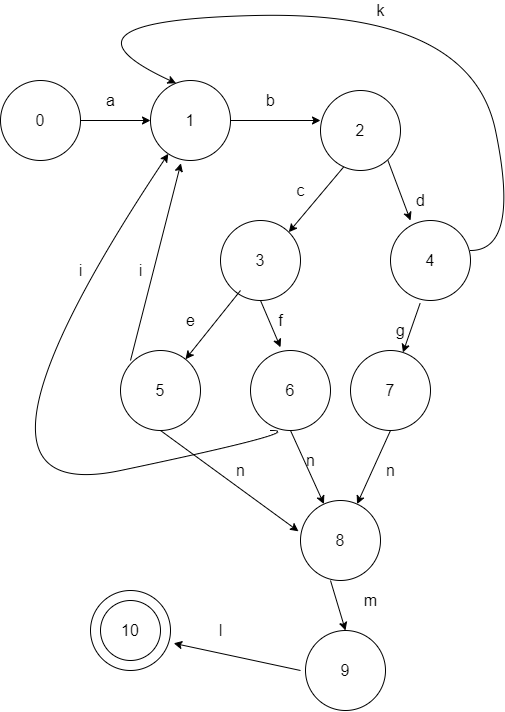
This is TFLab/help/images/StateMachine/graf.png from Pirozh-ok/Compiler, a draw.io export, as it was before one commit. Source tidied: cells renumbered, new cells last; positions are measured from the earlier drawing's top-left corner, leaving out a move shared by most shapes. Source of this version:
```xml
<mxGraphModel>
  <root>
    <mxCell id="0" />
    <mxCell id="1" parent="0" />
    <mxCell id="2" style="edgeStyle=orthogonalEdgeStyle;rounded=0;jettySize=auto;html=1;exitX=1;exitY=0.5;exitDx=0;exitDy=0;fontSize=16;" parent="1" edge="1" source="3">
      <mxGeometry relative="1" as="geometry">
        <mxPoint x="220" y="120" as="targetPoint" />
      </mxGeometry>
    </mxCell>
    <mxCell id="3" value="&lt;font style=&quot;font-size: 16px&quot;&gt;0&lt;/font&gt;" style="ellipse;whiteSpace=wrap;html=1;" parent="1" vertex="1">
      <mxGeometry x="70" y="80" width="80" height="80" as="geometry" />
    </mxCell>
    <mxCell id="4" style="edgeStyle=orthogonalEdgeStyle;rounded=0;jettySize=auto;html=1;exitX=1;exitY=0.5;exitDx=0;exitDy=0;entryX=0;entryY=0.5;entryDx=0;entryDy=0;fontSize=16;" parent="1" edge="1" source="5">
      <mxGeometry relative="1" as="geometry">
        <mxPoint x="390" y="120" as="targetPoint" />
      </mxGeometry>
    </mxCell>
    <mxCell id="5" value="1" style="ellipse;whiteSpace=wrap;html=1;fontSize=16;" parent="1" vertex="1">
      <mxGeometry x="220" y="80" width="80" height="80" as="geometry" />
    </mxCell>
    <mxCell id="6" value="a" style="text;html=1;align=center;verticalAlign=middle;strokeColor=none;fillColor=none;fontSize=16;" parent="1" vertex="1">
      <mxGeometry x="170" y="90" width="20" height="20" as="geometry" />
    </mxCell>
    <mxCell id="7" value="2" style="ellipse;whiteSpace=wrap;html=1;fontSize=16;" parent="1" vertex="1">
      <mxGeometry x="390" y="90" width="80" height="80" as="geometry" />
    </mxCell>
    <mxCell id="8" value="b" style="text;html=1;align=center;verticalAlign=middle;strokeColor=none;fillColor=none;fontSize=16;" parent="1" vertex="1">
      <mxGeometry x="330" y="90" width="20" height="20" as="geometry" />
    </mxCell>
    <mxCell id="9" value="3" style="ellipse;whiteSpace=wrap;html=1;fontSize=16;" parent="1" vertex="1">
      <mxGeometry x="290" y="220" width="80" height="80" as="geometry" />
    </mxCell>
    <mxCell id="10" value="4" style="ellipse;whiteSpace=wrap;html=1;fontSize=16;" parent="1" vertex="1">
      <mxGeometry x="460" y="220" width="80" height="80" as="geometry" />
    </mxCell>
    <mxCell id="11" style="endArrow=classic;html=1;rounded=0;fontSize=16;entryX=1;entryY=0;entryDx=0;entryDy=0;exitX=0.29;exitY=0.955;exitDx=0;exitDy=0;exitPerimeter=0;" parent="1" edge="1" source="7" target="9">
      <mxGeometry relative="1" as="geometry" />
    </mxCell>
    <mxCell id="12" style="endArrow=classic;html=1;rounded=0;fontSize=16;entryX=0.25;entryY=0;entryDx=0;entryDy=0;exitX=0.29;exitY=0.955;exitDx=0;exitDy=0;exitPerimeter=0;entryPerimeter=0;" parent="1" edge="1" target="10">
      <mxGeometry relative="1" as="geometry">
        <mxPoint x="457.5" y="160" as="sourcePoint" />
      </mxGeometry>
    </mxCell>
    <mxCell id="13" value="c" style="text;html=1;align=center;verticalAlign=middle;strokeColor=none;fillColor=none;fontSize=16;" parent="1" vertex="1">
      <mxGeometry x="360" y="180" width="20" height="20" as="geometry" />
    </mxCell>
    <mxCell id="14" value="d" style="text;html=1;align=center;verticalAlign=middle;strokeColor=none;fillColor=none;fontSize=16;" parent="1" vertex="1">
      <mxGeometry x="480" y="190" width="20" height="20" as="geometry" />
    </mxCell>
    <mxCell id="15" value="5" style="ellipse;whiteSpace=wrap;html=1;fontSize=16;" parent="1" vertex="1">
      <mxGeometry x="190" y="350" width="80" height="80" as="geometry" />
    </mxCell>
    <mxCell id="16" value="6" style="ellipse;whiteSpace=wrap;html=1;fontSize=16;" parent="1" vertex="1">
      <mxGeometry x="320" y="350" width="80" height="80" as="geometry" />
    </mxCell>
    <mxCell id="17" style="endArrow=classic;html=1;rounded=0;fontSize=16;" parent="1" edge="1" target="15">
      <mxGeometry relative="1" as="geometry">
        <mxPoint x="310" y="290" as="sourcePoint" />
      </mxGeometry>
    </mxCell>
    <mxCell id="18" style="endArrow=classic;html=1;rounded=0;fontSize=16;entryX=0.375;entryY=-0.04;entryDx=0;entryDy=0;entryPerimeter=0;" parent="1" edge="1" target="16">
      <mxGeometry relative="1" as="geometry">
        <mxPoint x="330" y="300" as="sourcePoint" />
      </mxGeometry>
    </mxCell>
    <mxCell id="19" value="7" style="ellipse;whiteSpace=wrap;html=1;fontSize=16;" parent="1" vertex="1">
      <mxGeometry x="420" y="350" width="80" height="80" as="geometry" />
    </mxCell>
    <mxCell id="20" style="endArrow=classic;html=1;rounded=0;fontSize=16;exitX=0.37;exitY=1.035;exitDx=0;exitDy=0;exitPerimeter=0;" parent="1" edge="1" source="10" target="19">
      <mxGeometry relative="1" as="geometry" />
    </mxCell>
    <mxCell id="21" value="e" style="text;html=1;align=center;verticalAlign=middle;strokeColor=none;fillColor=none;fontSize=16;" parent="1" vertex="1">
      <mxGeometry x="250" y="310" width="20" height="20" as="geometry" />
    </mxCell>
    <mxCell id="22" value="f" style="text;html=1;align=center;verticalAlign=middle;strokeColor=none;fillColor=none;fontSize=16;" parent="1" vertex="1">
      <mxGeometry x="340" y="310" width="20" height="20" as="geometry" />
    </mxCell>
    <mxCell id="23" value="g" style="text;html=1;align=center;verticalAlign=middle;strokeColor=none;fillColor=none;fontSize=16;" parent="1" vertex="1">
      <mxGeometry x="460" y="320" width="20" height="20" as="geometry" />
    </mxCell>
    <mxCell id="24" value="8" style="ellipse;whiteSpace=wrap;html=1;fontSize=16;" parent="1" vertex="1">
      <mxGeometry x="370" y="500" width="80" height="80" as="geometry" />
    </mxCell>
    <mxCell id="25" style="endArrow=classic;html=1;rounded=0;fontSize=16;entryX=-0.025;entryY=0.385;entryDx=0;entryDy=0;entryPerimeter=0;" parent="1" edge="1" target="24">
      <mxGeometry relative="1" as="geometry">
        <mxPoint x="230" y="430" as="sourcePoint" />
      </mxGeometry>
    </mxCell>
    <mxCell id="26" style="endArrow=classic;html=1;rounded=0;fontSize=16;" parent="1" edge="1" target="24">
      <mxGeometry relative="1" as="geometry">
        <mxPoint x="360" y="430" as="sourcePoint" />
      </mxGeometry>
    </mxCell>
    <mxCell id="27" style="endArrow=classic;html=1;rounded=0;fontSize=16;" parent="1" edge="1" target="24">
      <mxGeometry relative="1" as="geometry">
        <mxPoint x="460" y="430" as="sourcePoint" />
      </mxGeometry>
    </mxCell>
    <mxCell id="28" value="n" style="text;html=1;align=center;verticalAlign=middle;strokeColor=none;fillColor=none;fontSize=16;" parent="1" vertex="1">
      <mxGeometry x="300" y="460" width="20" height="20" as="geometry" />
    </mxCell>
    <mxCell id="29" value="n" style="text;html=1;align=center;verticalAlign=middle;strokeColor=none;fillColor=none;fontSize=16;" parent="1" vertex="1">
      <mxGeometry x="370" y="450" width="20" height="20" as="geometry" />
    </mxCell>
    <mxCell id="30" value="n" style="text;html=1;align=center;verticalAlign=middle;strokeColor=none;fillColor=none;fontSize=16;" parent="1" vertex="1">
      <mxGeometry x="450" y="460" width="20" height="20" as="geometry" />
    </mxCell>
    <mxCell id="31" value="9" style="ellipse;whiteSpace=wrap;html=1;fontSize=16;" parent="1" vertex="1">
      <mxGeometry x="375" y="630" width="80" height="80" as="geometry" />
    </mxCell>
    <mxCell id="32" style="endArrow=classic;html=1;rounded=0;fontSize=16;entryX=0.5;entryY=0;entryDx=0;entryDy=0;" parent="1" edge="1" target="31">
      <mxGeometry relative="1" as="geometry">
        <mxPoint x="400" y="580" as="sourcePoint" />
      </mxGeometry>
    </mxCell>
    <mxCell id="33" style="ellipse;whiteSpace=wrap;html=1;fontSize=16;" parent="1" vertex="1">
      <mxGeometry x="160" y="590" width="80" height="80" as="geometry" />
    </mxCell>
    <mxCell id="34" value="10" style="ellipse;whiteSpace=wrap;html=1;fontSize=16;" parent="1" vertex="1">
      <mxGeometry x="170" y="600" width="60" height="60" as="geometry" />
    </mxCell>
    <mxCell id="35" style="endArrow=classic;html=1;rounded=0;fontSize=16;entryX=1.04;entryY=0.66;entryDx=0;entryDy=0;entryPerimeter=0;" parent="1" edge="1" target="33">
      <mxGeometry relative="1" as="geometry">
        <mxPoint x="370" y="670" as="sourcePoint" />
      </mxGeometry>
    </mxCell>
    <mxCell id="36" value="m" style="text;html=1;align=center;verticalAlign=middle;strokeColor=none;fillColor=none;fontSize=16;" parent="1" vertex="1">
      <mxGeometry x="425" y="590" width="30" height="20" as="geometry" />
    </mxCell>
    <mxCell id="37" value="l" style="text;html=1;align=center;verticalAlign=middle;strokeColor=none;fillColor=none;fontSize=16;" parent="1" vertex="1">
      <mxGeometry x="280" y="620" width="20" height="20" as="geometry" />
    </mxCell>
    <mxCell id="38" style="curved=1;endArrow=classic;html=1;rounded=0;fontSize=16;entryX=0.32;entryY=0.035;entryDx=0;entryDy=0;entryPerimeter=0;" parent="1" edge="1" target="5">
      <mxGeometry relative="1" as="geometry">
        <mxPoint x="540" y="250" as="sourcePoint" />
        <Array as="points">
          <mxPoint x="590" y="250" />
          <mxPoint x="540" y="10" />
          <mxPoint x="110" y="20" />
        </Array>
      </mxGeometry>
    </mxCell>
    <mxCell id="39" value="k" style="text;html=1;align=center;verticalAlign=middle;strokeColor=none;fillColor=none;fontSize=16;" parent="1" vertex="1">
      <mxGeometry x="440" width="20" height="20" as="geometry" />
    </mxCell>
    <mxCell id="40" style="endArrow=classic;html=1;rounded=0;fontSize=16;entryX=0.38;entryY=1.035;entryDx=0;entryDy=0;entryPerimeter=0;" parent="1" edge="1" target="5">
      <mxGeometry relative="1" as="geometry">
        <mxPoint x="200" y="360" as="sourcePoint" />
      </mxGeometry>
    </mxCell>
    <mxCell id="41" style="curved=1;endArrow=classic;html=1;rounded=0;fontSize=16;" parent="1" edge="1" target="5">
      <mxGeometry relative="1" as="geometry">
        <mxPoint x="340" y="430" as="sourcePoint" />
        <Array as="points">
          <mxPoint x="380" y="430" />
          <mxPoint y="510" />
        </Array>
      </mxGeometry>
    </mxCell>
    <mxCell id="42" value="i" style="text;html=1;align=center;verticalAlign=middle;strokeColor=none;fillColor=none;fontSize=16;" parent="1" vertex="1">
      <mxGeometry x="140" y="260" width="20" height="20" as="geometry" />
    </mxCell>
    <mxCell id="43" value="i" style="text;html=1;align=center;verticalAlign=middle;strokeColor=none;fillColor=none;fontSize=16;" parent="1" vertex="1">
      <mxGeometry x="200" y="260" width="20" height="20" as="geometry" />
    </mxCell>
  </root>
</mxGraphModel>
```
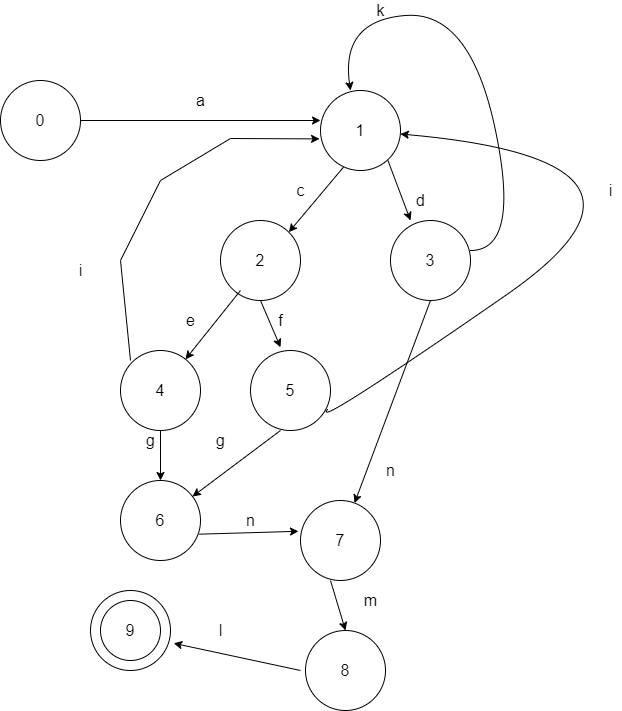
Later version of the same file.

Change to the diagram source:
```diff
@@ -2,35 +2,22 @@
   <root>
     <mxCell id="0" />
     <mxCell id="1" parent="0" />
-    <mxCell id="2" style="edgeStyle=orthogonalEdgeStyle;rounded=0;jettySize=auto;html=1;exitX=1;exitY=0.5;exitDx=0;exitDy=0;fontSize=16;" parent="1" edge="1" source="3">
-      <mxGeometry relative="1" as="geometry">
-        <mxPoint x="220" y="120" as="targetPoint" />
-      </mxGeometry>
+    <mxCell id="2" style="edgeStyle=orthogonalEdgeStyle;rounded=0;jettySize=auto;html=1;exitX=1;exitY=0.5;exitDx=0;exitDy=0;fontSize=16;entryX=0;entryY=0.375;entryDx=0;entryDy=0;entryPerimeter=0;" parent="1" edge="1" source="3" target="7">
+      <mxGeometry relative="1" as="geometry" />
     </mxCell>
     <mxCell id="3" value="&lt;font style=&quot;font-size: 16px&quot;&gt;0&lt;/font&gt;" style="ellipse;whiteSpace=wrap;html=1;" parent="1" vertex="1">
       <mxGeometry x="70" y="80" width="80" height="80" as="geometry" />
     </mxCell>
-    <mxCell id="4" style="edgeStyle=orthogonalEdgeStyle;rounded=0;jettySize=auto;html=1;exitX=1;exitY=0.5;exitDx=0;exitDy=0;entryX=0;entryY=0.5;entryDx=0;entryDy=0;fontSize=16;" parent="1" edge="1" source="5">
-      <mxGeometry relative="1" as="geometry">
-        <mxPoint x="390" y="120" as="targetPoint" />
-      </mxGeometry>
-    </mxCell>
-    <mxCell id="5" value="1" style="ellipse;whiteSpace=wrap;html=1;fontSize=16;" parent="1" vertex="1">
-      <mxGeometry x="220" y="80" width="80" height="80" as="geometry" />
-    </mxCell>
     <mxCell id="6" value="a" style="text;html=1;align=center;verticalAlign=middle;strokeColor=none;fillColor=none;fontSize=16;" parent="1" vertex="1">
-      <mxGeometry x="170" y="90" width="20" height="20" as="geometry" />
+      <mxGeometry x="260" y="90" width="20" height="20" as="geometry" />
     </mxCell>
-    <mxCell id="7" value="2" style="ellipse;whiteSpace=wrap;html=1;fontSize=16;" parent="1" vertex="1">
+    <mxCell id="7" value="1" style="ellipse;whiteSpace=wrap;html=1;fontSize=16;" parent="1" vertex="1">
       <mxGeometry x="390" y="90" width="80" height="80" as="geometry" />
     </mxCell>
-    <mxCell id="8" value="b" style="text;html=1;align=center;verticalAlign=middle;strokeColor=none;fillColor=none;fontSize=16;" parent="1" vertex="1">
-      <mxGeometry x="330" y="90" width="20" height="20" as="geometry" />
-    </mxCell>
-    <mxCell id="9" value="3" style="ellipse;whiteSpace=wrap;html=1;fontSize=16;" parent="1" vertex="1">
+    <mxCell id="9" value="2" style="ellipse;whiteSpace=wrap;html=1;fontSize=16;" parent="1" vertex="1">
       <mxGeometry x="290" y="220" width="80" height="80" as="geometry" />
     </mxCell>
-    <mxCell id="10" value="4" style="ellipse;whiteSpace=wrap;html=1;fontSize=16;" parent="1" vertex="1">
+    <mxCell id="10" value="3" style="ellipse;whiteSpace=wrap;html=1;fontSize=16;" parent="1" vertex="1">
       <mxGeometry x="460" y="220" width="80" height="80" as="geometry" />
     </mxCell>
     <mxCell id="11" style="endArrow=classic;html=1;rounded=0;fontSize=16;entryX=1;entryY=0;entryDx=0;entryDy=0;exitX=0.29;exitY=0.955;exitDx=0;exitDy=0;exitPerimeter=0;" parent="1" edge="1" source="7" target="9">
@@ -47,10 +34,10 @@
     <mxCell id="14" value="d" style="text;html=1;align=center;verticalAlign=middle;strokeColor=none;fillColor=none;fontSize=16;" parent="1" vertex="1">
       <mxGeometry x="480" y="190" width="20" height="20" as="geometry" />
     </mxCell>
-    <mxCell id="15" value="5" style="ellipse;whiteSpace=wrap;html=1;fontSize=16;" parent="1" vertex="1">
+    <mxCell id="15" value="4" style="ellipse;whiteSpace=wrap;html=1;fontSize=16;" parent="1" vertex="1">
       <mxGeometry x="190" y="350" width="80" height="80" as="geometry" />
     </mxCell>
-    <mxCell id="16" value="6" style="ellipse;whiteSpace=wrap;html=1;fontSize=16;" parent="1" vertex="1">
+    <mxCell id="16" value="5" style="ellipse;whiteSpace=wrap;html=1;fontSize=16;" parent="1" vertex="1">
       <mxGeometry x="320" y="350" width="80" height="80" as="geometry" />
     </mxCell>
     <mxCell id="17" style="endArrow=classic;html=1;rounded=0;fontSize=16;" parent="1" edge="1" target="15">
@@ -63,12 +50,9 @@
         <mxPoint x="330" y="300" as="sourcePoint" />
       </mxGeometry>
     </mxCell>
-    <mxCell id="19" value="7" style="ellipse;whiteSpace=wrap;html=1;fontSize=16;" parent="1" vertex="1">
-      <mxGeometry x="420" y="350" width="80" height="80" as="geometry" />
+    <mxCell id="19" value="6" style="ellipse;whiteSpace=wrap;html=1;fontSize=16;" parent="1" vertex="1">
+      <mxGeometry x="190" y="480" width="80" height="80" as="geometry" />
     </mxCell>
-    <mxCell id="20" style="endArrow=classic;html=1;rounded=0;fontSize=16;exitX=0.37;exitY=1.035;exitDx=0;exitDy=0;exitPerimeter=0;" parent="1" edge="1" source="10" target="19">
-      <mxGeometry relative="1" as="geometry" />
-    </mxCell>
     <mxCell id="21" value="e" style="text;html=1;align=center;verticalAlign=middle;strokeColor=none;fillColor=none;fontSize=16;" parent="1" vertex="1">
       <mxGeometry x="250" y="310" width="20" height="20" as="geometry" />
     </mxCell>
@@ -76,36 +60,24 @@
       <mxGeometry x="340" y="310" width="20" height="20" as="geometry" />
     </mxCell>
     <mxCell id="23" value="g" style="text;html=1;align=center;verticalAlign=middle;strokeColor=none;fillColor=none;fontSize=16;" parent="1" vertex="1">
-      <mxGeometry x="460" y="320" width="20" height="20" as="geometry" />
+      <mxGeometry x="210" y="430" width="20" height="20" as="geometry" />
     </mxCell>
-    <mxCell id="24" value="8" style="ellipse;whiteSpace=wrap;html=1;fontSize=16;" parent="1" vertex="1">
+    <mxCell id="24" value="7" style="ellipse;whiteSpace=wrap;html=1;fontSize=16;" parent="1" vertex="1">
       <mxGeometry x="370" y="500" width="80" height="80" as="geometry" />
     </mxCell>
-    <mxCell id="25" style="endArrow=classic;html=1;rounded=0;fontSize=16;entryX=-0.025;entryY=0.385;entryDx=0;entryDy=0;entryPerimeter=0;" parent="1" edge="1" target="24">
-      <mxGeometry relative="1" as="geometry">
-        <mxPoint x="230" y="430" as="sourcePoint" />
-      </mxGeometry>
+    <mxCell id="25" style="endArrow=classic;html=1;rounded=0;fontSize=16;entryX=-0.025;entryY=0.385;entryDx=0;entryDy=0;entryPerimeter=0;exitX=0.982;exitY=0.671;exitDx=0;exitDy=0;exitPerimeter=0;" parent="1" edge="1" source="19" target="24">
+      <mxGeometry relative="1" as="geometry" />
     </mxCell>
-    <mxCell id="26" style="endArrow=classic;html=1;rounded=0;fontSize=16;" parent="1" edge="1" target="24">
-      <mxGeometry relative="1" as="geometry">
-        <mxPoint x="360" y="430" as="sourcePoint" />
-      </mxGeometry>
-    </mxCell>
-    <mxCell id="27" style="endArrow=classic;html=1;rounded=0;fontSize=16;" parent="1" edge="1" target="24">
-      <mxGeometry relative="1" as="geometry">
-        <mxPoint x="460" y="430" as="sourcePoint" />
-      </mxGeometry>
+    <mxCell id="27" style="endArrow=classic;html=1;rounded=0;fontSize=16;exitX=0.5;exitY=1;exitDx=0;exitDy=0;" parent="1" edge="1" source="10" target="24">
+      <mxGeometry relative="1" as="geometry" />
     </mxCell>
     <mxCell id="28" value="n" style="text;html=1;align=center;verticalAlign=middle;strokeColor=none;fillColor=none;fontSize=16;" parent="1" vertex="1">
-      <mxGeometry x="300" y="460" width="20" height="20" as="geometry" />
+      <mxGeometry x="310" y="510" width="20" height="20" as="geometry" />
     </mxCell>
-    <mxCell id="29" value="n" style="text;html=1;align=center;verticalAlign=middle;strokeColor=none;fillColor=none;fontSize=16;" parent="1" vertex="1">
-      <mxGeometry x="370" y="450" width="20" height="20" as="geometry" />
-    </mxCell>
     <mxCell id="30" value="n" style="text;html=1;align=center;verticalAlign=middle;strokeColor=none;fillColor=none;fontSize=16;" parent="1" vertex="1">
       <mxGeometry x="450" y="460" width="20" height="20" as="geometry" />
     </mxCell>
-    <mxCell id="31" value="9" style="ellipse;whiteSpace=wrap;html=1;fontSize=16;" parent="1" vertex="1">
+    <mxCell id="31" value="8" style="ellipse;whiteSpace=wrap;html=1;fontSize=16;" parent="1" vertex="1">
       <mxGeometry x="375" y="630" width="80" height="80" as="geometry" />
     </mxCell>
     <mxCell id="32" style="endArrow=classic;html=1;rounded=0;fontSize=16;entryX=0.5;entryY=0;entryDx=0;entryDy=0;" parent="1" edge="1" target="31">
@@ -116,7 +88,7 @@
     <mxCell id="33" style="ellipse;whiteSpace=wrap;html=1;fontSize=16;" parent="1" vertex="1">
       <mxGeometry x="160" y="590" width="80" height="80" as="geometry" />
     </mxCell>
-    <mxCell id="34" value="10" style="ellipse;whiteSpace=wrap;html=1;fontSize=16;" parent="1" vertex="1">
+    <mxCell id="34" value="9" style="ellipse;whiteSpace=wrap;html=1;fontSize=16;" parent="1" vertex="1">
       <mxGeometry x="170" y="600" width="60" height="60" as="geometry" />
     </mxCell>
     <mxCell id="35" style="endArrow=classic;html=1;rounded=0;fontSize=16;entryX=1.04;entryY=0.66;entryDx=0;entryDy=0;entryPerimeter=0;" parent="1" edge="1" target="33">
@@ -130,30 +102,34 @@
     <mxCell id="37" value="l" style="text;html=1;align=center;verticalAlign=middle;strokeColor=none;fillColor=none;fontSize=16;" parent="1" vertex="1">
       <mxGeometry x="280" y="620" width="20" height="20" as="geometry" />
     </mxCell>
-    <mxCell id="38" style="curved=1;endArrow=classic;html=1;rounded=0;fontSize=16;entryX=0.32;entryY=0.035;entryDx=0;entryDy=0;entryPerimeter=0;" parent="1" edge="1" target="5">
+    <mxCell id="38" style="curved=1;endArrow=classic;html=1;rounded=0;fontSize=16;entryX=0.375;entryY=0;entryDx=0;entryDy=0;entryPerimeter=0;" parent="1" edge="1" target="7">
       <mxGeometry relative="1" as="geometry">
         <mxPoint x="540" y="250" as="sourcePoint" />
         <Array as="points">
           <mxPoint x="590" y="250" />
           <mxPoint x="540" y="10" />
-          <mxPoint x="110" y="20" />
+          <mxPoint x="410" y="20" />
         </Array>
       </mxGeometry>
     </mxCell>
     <mxCell id="39" value="k" style="text;html=1;align=center;verticalAlign=middle;strokeColor=none;fillColor=none;fontSize=16;" parent="1" vertex="1">
       <mxGeometry x="440" width="20" height="20" as="geometry" />
     </mxCell>
-    <mxCell id="40" style="endArrow=classic;html=1;rounded=0;fontSize=16;entryX=0.38;entryY=1.035;entryDx=0;entryDy=0;entryPerimeter=0;" parent="1" edge="1" target="5">
+    <mxCell id="40" style="endArrow=classic;html=1;rounded=0;fontSize=16;entryX=-0.012;entryY=0.605;entryDx=0;entryDy=0;entryPerimeter=0;" parent="1" edge="1" target="7">
       <mxGeometry relative="1" as="geometry">
         <mxPoint x="200" y="360" as="sourcePoint" />
+        <Array as="points">
+          <mxPoint x="190" y="260" />
+          <mxPoint x="230" y="180" />
+          <mxPoint x="300" y="138" />
+        </Array>
       </mxGeometry>
     </mxCell>
-    <mxCell id="41" style="curved=1;endArrow=classic;html=1;rounded=0;fontSize=16;" parent="1" edge="1" target="5">
+    <mxCell id="41" style="curved=1;endArrow=classic;html=1;rounded=0;fontSize=16;exitX=0.968;exitY=0.732;exitDx=0;exitDy=0;exitPerimeter=0;" parent="1" edge="1" source="16" target="7">
       <mxGeometry relative="1" as="geometry">
-        <mxPoint x="340" y="430" as="sourcePoint" />
         <Array as="points">
           <mxPoint x="380" y="430" />
-          <mxPoint y="510" />
+          <mxPoint x="770" y="160" />
         </Array>
       </mxGeometry>
     </mxCell>
@@ -161,7 +137,20 @@
       <mxGeometry x="140" y="260" width="20" height="20" as="geometry" />
     </mxCell>
     <mxCell id="43" value="i" style="text;html=1;align=center;verticalAlign=middle;strokeColor=none;fillColor=none;fontSize=16;" parent="1" vertex="1">
-      <mxGeometry x="200" y="260" width="20" height="20" as="geometry" />
+      <mxGeometry x="670" y="180" width="20" height="20" as="geometry" />
     </mxCell>
+    <mxCell id="44" style="endArrow=classic;html=1;rounded=0;" parent="1" edge="1" target="19">
+      <mxGeometry relative="1" as="geometry">
+        <mxPoint x="230" y="430" as="sourcePoint" />
+      </mxGeometry>
+    </mxCell>
+    <mxCell id="45" style="endArrow=classic;html=1;rounded=0;" parent="1" edge="1" target="19">
+      <mxGeometry relative="1" as="geometry">
+        <mxPoint x="350" y="430" as="sourcePoint" />
+      </mxGeometry>
+    </mxCell>
+    <mxCell id="46" value="g" style="text;html=1;align=center;verticalAlign=middle;strokeColor=none;fillColor=none;fontSize=16;" parent="1" vertex="1">
+      <mxGeometry x="280" y="430" width="20" height="20" as="geometry" />
+    </mxCell>
   </root>
 </mxGraphModel>
```
